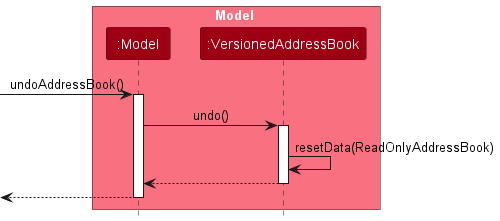
Before: images/UndoSequenceDiagram-Model.png, a diagram exported from PlantUML (AY2627S1-CS2103T-W12-4/tp).
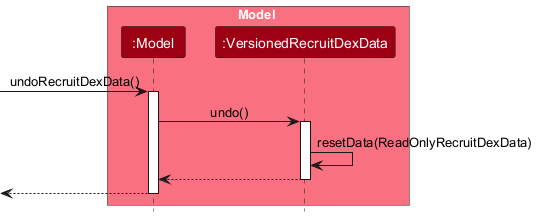
Above is the later version.

Change to the diagram source:
```diff
@@ -4,18 +4,18 @@
 
 box Model MODEL_COLOR_T1
 participant ":Model" as Model MODEL_COLOR
-participant ":VersionedAddressBook" as VersionedAddressBook MODEL_COLOR
+participant ":VersionedRecruitDexData" as VersionedRecruitDexData MODEL_COLOR
 end box
 
-[-> Model : undoAddressBook()
+[-> Model : undoRecruitDexData()
 activate Model
 
-Model -> VersionedAddressBook : undo()
-activate VersionedAddressBook
+Model -> VersionedRecruitDexData : undo()
+activate VersionedRecruitDexData
 
-VersionedAddressBook -> VersionedAddressBook :resetData(ReadOnlyAddressBook)
-VersionedAddressBook --> Model :
-deactivate VersionedAddressBook
+VersionedRecruitDexData -> VersionedRecruitDexData :resetData(ReadOnlyRecruitDexData)
+VersionedRecruitDexData --> Model :
+deactivate VersionedRecruitDexData
 
 [<-- Model
 deactivate Model
```
